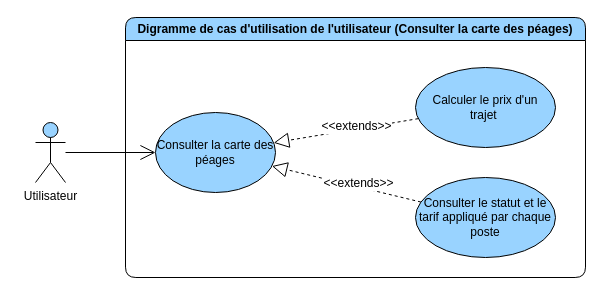
The draw.io diagram page "consulter la carte des péages" (3 of 4) of diagrams/use-case/utilisateur.drawio in devlotfi/peage-pay, before the edit. Source tidied: cells renumbered, new cells numbered last; positions are measured from the earlier drawing's top-left corner, leaving out a move shared by most shapes. Both pictures are drawn from the tidied source at 100%, with x=0, y=0 at pixel (35, 17).
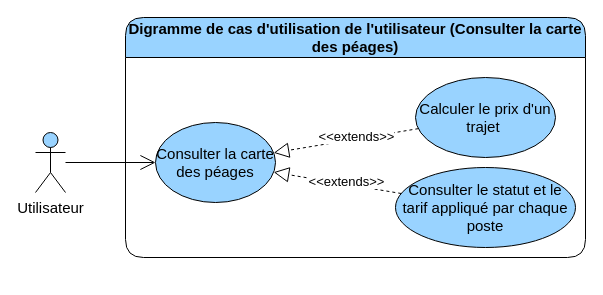
The same page after the edit.

Diff of the diagram source:
```diff
@@
 <mxGraphModel>
   <root>
     <mxCell id="0" />
     <mxCell id="1" parent="0" />
-    <mxCell id="2" value="Digramme de cas d'utilisation de l'utilisateur&amp;nbsp;(Consulter la carte des péages)" style="swimlane;whiteSpace=wrap;html=1;rounded=1;fillColor=#99D3FF;" parent="1" vertex="1">
-      <mxGeometry x="90" width="460" height="260" as="geometry" />
+    <mxCell id="2" value="Digramme de cas d'utilisation de l'utilisateur&amp;nbsp;(Consulter la carte des péages)" style="swimlane;whiteSpace=wrap;html=1;rounded=1;fillColor=#99D3FF;fontSize=15;startSize=40;" parent="1" vertex="1">
+      <mxGeometry x="90" width="460" height="240" as="geometry" />
     </mxCell>
-    <mxCell id="3" value="Consulter la carte des péages" style="ellipse;whiteSpace=wrap;html=1;strokeColor=default;align=center;verticalAlign=middle;fontFamily=Helvetica;fontSize=12;fontColor=default;fillColor=#99D3FF;" parent="2" vertex="1">
-      <mxGeometry x="30" y="95" width="120" height="80" as="geometry" />
+    <mxCell id="3" value="Consulter la carte des péages" style="ellipse;whiteSpace=wrap;html=1;strokeColor=default;align=center;verticalAlign=middle;fontFamily=Helvetica;fontSize=15;fontColor=default;fillColor=#99D3FF;" parent="2" vertex="1">
+      <mxGeometry x="30" y="105" width="120" height="80" as="geometry" />
     </mxCell>
-    <mxCell id="4" style="edgeStyle=none;rounded=0;jettySize=auto;html=1;dashed=1;strokeColor=default;align=center;verticalAlign=middle;fontFamily=Helvetica;fontSize=12;fontColor=default;labelBackgroundColor=default;startSize=6;endArrow=block;endFill=0;endSize=13;" parent="2" edge="1" source="6" target="3">
+    <mxCell id="4" style="edgeStyle=none;rounded=0;jettySize=auto;html=1;dashed=1;strokeColor=default;align=center;verticalAlign=middle;fontFamily=Helvetica;fontSize=15;fontColor=default;labelBackgroundColor=default;startSize=6;endArrow=block;endFill=0;endSize=13;" parent="2" edge="1" source="6" target="3">
       <mxGeometry relative="1" as="geometry" />
     </mxCell>
-    <mxCell id="5" value="&amp;lt;&amp;lt;extends&amp;gt;&amp;gt;" style="edgeLabel;html=1;align=center;verticalAlign=middle;strokeColor=default;fontFamily=Helvetica;fontSize=12;fontColor=default;labelBackgroundColor=default;fillColor=#99D3FF;" parent="4" vertex="1">
+    <mxCell id="5" value="&amp;lt;&amp;lt;extends&amp;gt;&amp;gt;" style="edgeLabel;html=1;align=center;verticalAlign=middle;strokeColor=default;fontFamily=Helvetica;fontSize=13;fontColor=default;labelBackgroundColor=default;fillColor=#99D3FF;" parent="4" vertex="1">
       <mxGeometry x="-0.12" y="-3" relative="1" as="geometry">
         <mxPoint x="1" as="offset" />
       </mxGeometry>
     </mxCell>
-    <mxCell id="6" value="Calculer le prix d'un trajet&amp;nbsp;" style="ellipse;whiteSpace=wrap;html=1;strokeColor=default;align=center;verticalAlign=middle;fontFamily=Helvetica;fontSize=12;fontColor=default;fillColor=#99D3FF;" parent="2" vertex="1">
-      <mxGeometry x="290" y="50" width="140" height="80" as="geometry" />
+    <mxCell id="6" value="Calculer le prix d'un trajet&amp;nbsp;" style="ellipse;whiteSpace=wrap;html=1;strokeColor=default;align=center;verticalAlign=middle;fontFamily=Helvetica;fontSize=15;fontColor=default;fillColor=#99D3FF;" parent="2" vertex="1">
+      <mxGeometry x="290" y="60" width="140" height="80" as="geometry" />
     </mxCell>
-    <mxCell id="7" value="Consulter le statut et le tarif appliqué par chaque poste" style="ellipse;whiteSpace=wrap;html=1;strokeColor=default;align=center;verticalAlign=middle;fontFamily=Helvetica;fontSize=12;fontColor=default;fillColor=#99D3FF;" parent="2" vertex="1">
-      <mxGeometry x="290" y="160" width="140" height="80" as="geometry" />
+    <mxCell id="7" value="Consulter le statut et le tarif appliqué par chaque poste" style="ellipse;whiteSpace=wrap;html=1;strokeColor=default;align=center;verticalAlign=middle;fontFamily=Helvetica;fontSize=15;fontColor=default;fillColor=#99D3FF;" parent="2" vertex="1">
+      <mxGeometry x="270" y="150" width="180" height="80" as="geometry" />
     </mxCell>
-    <mxCell id="8" style="edgeStyle=none;rounded=0;jettySize=auto;html=1;dashed=1;strokeColor=default;align=center;verticalAlign=middle;fontFamily=Helvetica;fontSize=12;fontColor=default;labelBackgroundColor=default;startSize=6;endArrow=block;endFill=0;endSize=13;" parent="2" edge="1" source="7" target="3">
+    <mxCell id="8" style="edgeStyle=none;rounded=0;jettySize=auto;html=1;dashed=1;strokeColor=default;align=center;verticalAlign=middle;fontFamily=Helvetica;fontSize=15;fontColor=default;labelBackgroundColor=default;startSize=6;endArrow=block;endFill=0;endSize=13;" parent="2" edge="1" source="7" target="3">
       <mxGeometry relative="1" as="geometry" />
     </mxCell>
-    <mxCell id="9" value="&amp;lt;&amp;lt;extends&amp;gt;&amp;gt;" style="edgeLabel;html=1;align=center;verticalAlign=middle;strokeColor=default;fontFamily=Helvetica;fontSize=12;fontColor=default;labelBackgroundColor=default;fillColor=#99D3FF;" parent="8" vertex="1">
+    <mxCell id="9" value="&amp;lt;&amp;lt;extends&amp;gt;&amp;gt;" style="edgeLabel;html=1;align=center;verticalAlign=middle;strokeColor=default;fontFamily=Helvetica;fontSize=13;fontColor=default;labelBackgroundColor=default;fillColor=#99D3FF;" parent="8" vertex="1">
       <mxGeometry x="-0.12" y="-3" relative="1" as="geometry">
         <mxPoint x="1" as="offset" />
       </mxGeometry>
     </mxCell>
-    <mxCell id="10" style="rounded=0;jettySize=auto;html=1;fontFamily=Helvetica;fontSize=12;fontColor=default;endArrow=open;endFill=0;startSize=6;endSize=13;" parent="1" edge="1" source="11" target="3">
+    <mxCell id="10" style="rounded=0;jettySize=auto;html=1;fontFamily=Helvetica;fontSize=15;fontColor=default;endArrow=open;endFill=0;startSize=6;endSize=13;" parent="1" edge="1" source="11" target="3">
       <mxGeometry relative="1" as="geometry" />
     </mxCell>
-    <mxCell id="11" value="Utilisateur" style="shape=umlActor;verticalLabelPosition=bottom;verticalAlign=top;html=1;outlineConnect=0;strokeColor=default;align=center;fontFamily=Helvetica;fontSize=12;fontColor=default;fillColor=#99D3FF;" parent="1" vertex="1">
-      <mxGeometry y="105" width="30" height="60" as="geometry" />
+    <mxCell id="11" value="Utilisateur" style="shape=umlActor;verticalLabelPosition=bottom;verticalAlign=top;html=1;outlineConnect=0;strokeColor=default;align=center;fontFamily=Helvetica;fontSize=15;fontColor=default;fillColor=#99D3FF;" parent="1" vertex="1">
+      <mxGeometry y="115" width="30" height="60" as="geometry" />
     </mxCell>
   </root>
 </mxGraphModel>
```
